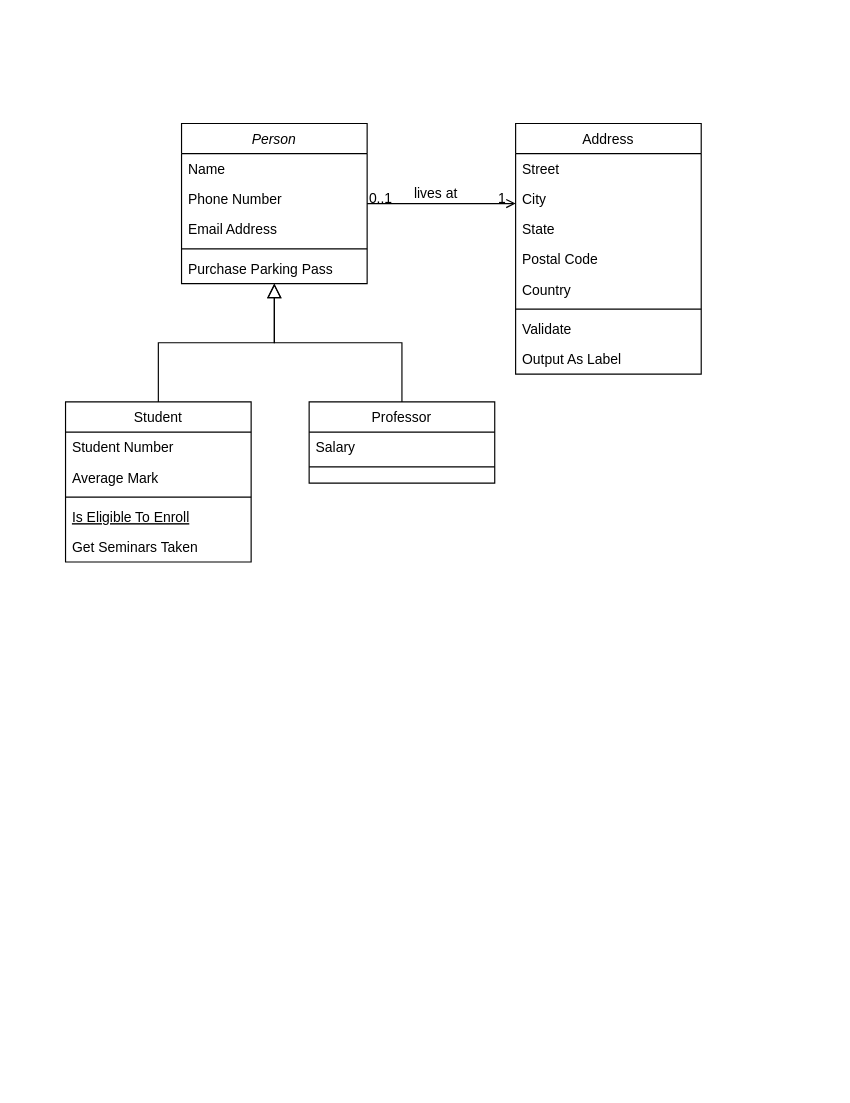
Earlier version of the draw.io diagram HSR UML.drawio (YourfriendTutu/HSR_Dmg_Calc). Source tidied: cells renumbered, new cells numbered last; positions are measured from the earlier drawing's top-left corner, leaving out a move shared by most shapes. Both pictures are drawn from the tidied source at 116%, with x=0, y=0 at pixel (65, 123).
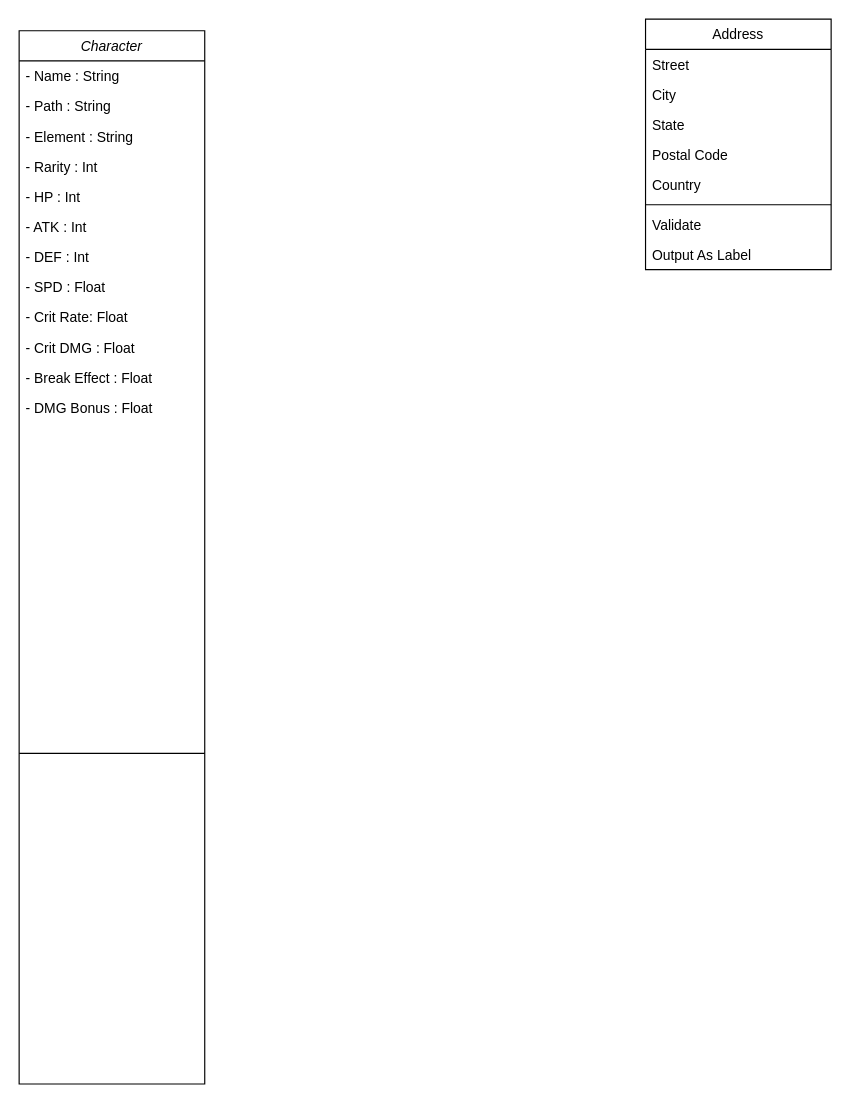
Above is the later version.

What changed in the source:
```diff
@@
-    <mxCell id="2" value="Person" style="swimlane;fontStyle=2;align=center;verticalAlign=top;horizontal=1;startSize=26;rounded=0;shadow=0;strokeWidth=1;" parent="1" vertex="1">
-      <mxGeometry x="100" width="160" height="138" as="geometry" />
+    <mxCell id="2" value="Character" style="swimlane;fontStyle=2;align=center;verticalAlign=top;horizontal=1;startSize=26;rounded=0;shadow=0;strokeWidth=1;" parent="1" vertex="1">
+      <mxGeometry x="-40" y="-80" width="160" height="908" as="geometry" />
     </mxCell>
-    <mxCell id="3" value="Name" style="text;align=left;verticalAlign=top;spacingLeft=4;spacingRight=4;overflow=hidden;" parent="2" vertex="1">
+    <mxCell id="3" value="- Name : String" style="text;align=left;verticalAlign=top;spacingLeft=4;spacingRight=4;overflow=hidden;" parent="2" vertex="1">
       <mxGeometry y="26" width="160" height="26" as="geometry" />
     </mxCell>
-    <mxCell id="4" value="Phone Number" style="text;align=left;verticalAlign=top;spacingLeft=4;spacingRight=4;overflow=hidden;rounded=0;shadow=0;html=0;" parent="2" vertex="1">
+    <mxCell id="4" value="- Path : String" style="text;align=left;verticalAlign=top;spacingLeft=4;spacingRight=4;overflow=hidden;rounded=0;shadow=0;html=0;" parent="2" vertex="1">
       <mxGeometry y="52" width="160" height="26" as="geometry" />
     </mxCell>
-    <mxCell id="5" value="Email Address" style="text;align=left;verticalAlign=top;spacingLeft=4;spacingRight=4;overflow=hidden;rounded=0;shadow=0;html=0;" parent="2" vertex="1">
+    <mxCell id="5" value="- Element : String" style="text;align=left;verticalAlign=top;spacingLeft=4;spacingRight=4;overflow=hidden;rounded=0;shadow=0;html=0;" parent="2" vertex="1">
       <mxGeometry y="78" width="160" height="26" as="geometry" />
     </mxCell>
+    <mxCell id="32" value="- Rarity : Int" style="text;align=left;verticalAlign=top;spacingLeft=4;spacingRight=4;overflow=hidden;rounded=0;shadow=0;html=0;" parent="2" vertex="1">
+      <mxGeometry y="104" width="160" height="26" as="geometry" />
+    </mxCell>
+    <mxCell id="33" value="- HP : Int" style="text;align=left;verticalAlign=top;spacingLeft=4;spacingRight=4;overflow=hidden;rounded=0;shadow=0;html=0;" parent="2" vertex="1">
+      <mxGeometry y="130" width="160" height="26" as="geometry" />
+    </mxCell>
+    <mxCell id="34" value="- ATK : Int" style="text;align=left;verticalAlign=top;spacingLeft=4;spacingRight=4;overflow=hidden;rounded=0;shadow=0;html=0;" parent="2" vertex="1">
+      <mxGeometry y="156" width="160" height="26" as="geometry" />
+    </mxCell>
+    <mxCell id="35" value="- DEF : Int" style="text;align=left;verticalAlign=top;spacingLeft=4;spacingRight=4;overflow=hidden;rounded=0;shadow=0;html=0;" parent="2" vertex="1">
+      <mxGeometry y="182" width="160" height="26" as="geometry" />
+    </mxCell>
+    <mxCell id="36" value="- SPD : Float" style="text;align=left;verticalAlign=top;spacingLeft=4;spacingRight=4;overflow=hidden;rounded=0;shadow=0;html=0;" parent="2" vertex="1">
+      <mxGeometry y="208" width="160" height="26" as="geometry" />
+    </mxCell>
+    <mxCell id="37" value="- Crit Rate: Float" style="text;align=left;verticalAlign=top;spacingLeft=4;spacingRight=4;overflow=hidden;rounded=0;shadow=0;html=0;" parent="2" vertex="1">
+      <mxGeometry y="234" width="160" height="26" as="geometry" />
+    </mxCell>
+    <mxCell id="38" value="- Crit DMG : Float" style="text;align=left;verticalAlign=top;spacingLeft=4;spacingRight=4;overflow=hidden;rounded=0;shadow=0;html=0;" parent="2" vertex="1">
+      <mxGeometry y="260" width="160" height="26" as="geometry" />
+    </mxCell>
+    <mxCell id="39" value="- Break Effect : Float" style="text;align=left;verticalAlign=top;spacingLeft=4;spacingRight=4;overflow=hidden;rounded=0;shadow=0;html=0;" parent="2" vertex="1">
+      <mxGeometry y="286" width="160" height="26" as="geometry" />
+    </mxCell>
+    <mxCell id="40" value="- DMG Bonus : Float" style="text;align=left;verticalAlign=top;spacingLeft=4;spacingRight=4;overflow=hidden;rounded=0;shadow=0;html=0;" parent="2" vertex="1">
+      <mxGeometry y="312" width="160" height="26" as="geometry" />
+    </mxCell>
     <mxCell id="6" style="line;html=1;strokeWidth=1;align=left;verticalAlign=middle;spacingTop=-1;spacingLeft=3;spacingRight=3;labelPosition=right;" parent="2" vertex="1">
-      <mxGeometry y="104" width="160" height="8" as="geometry" />
+      <mxGeometry y="338" width="160" height="570" as="geometry" />
     </mxCell>
-    <mxCell id="7" value="Purchase Parking Pass" style="text;align=left;verticalAlign=top;spacingLeft=4;spacingRight=4;overflow=hidden;" parent="2" vertex="1">
-      <mxGeometry y="112" width="160" height="26" as="geometry" />
-    </mxCell>
-    <mxCell id="8" value="Student" style="swimlane;fontStyle=0;align=center;verticalAlign=top;horizontal=1;startSize=26;rounded=0;shadow=0;strokeWidth=1;" parent="1" vertex="1">
-      <mxGeometry y="240" width="160" height="138" as="geometry" />
-    </mxCell>
-    <mxCell id="9" value="Student Number" style="text;align=left;verticalAlign=top;spacingLeft=4;spacingRight=4;overflow=hidden;" parent="8" vertex="1">
-      <mxGeometry y="26" width="160" height="26" as="geometry" />
-    </mxCell>
-    <mxCell id="10" value="Average Mark" style="text;align=left;verticalAlign=top;spacingLeft=4;spacingRight=4;overflow=hidden;rounded=0;shadow=0;html=0;" parent="8" vertex="1">
-      <mxGeometry y="52" width="160" height="26" as="geometry" />
-    </mxCell>
-    <mxCell id="11" style="line;html=1;strokeWidth=1;align=left;verticalAlign=middle;spacingTop=-1;spacingLeft=3;spacingRight=3;labelPosition=right;" parent="8" vertex="1">
-      <mxGeometry y="78" width="160" height="8" as="geometry" />
-    </mxCell>
-    <mxCell id="12" value="Is Eligible To Enroll" style="text;align=left;verticalAlign=top;spacingLeft=4;spacingRight=4;overflow=hidden;fontStyle=4;" parent="8" vertex="1">
-      <mxGeometry y="86" width="160" height="26" as="geometry" />
-    </mxCell>
-    <mxCell id="13" value="Get Seminars Taken" style="text;align=left;verticalAlign=top;spacingLeft=4;spacingRight=4;overflow=hidden;" parent="8" vertex="1">
-      <mxGeometry y="112" width="160" height="26" as="geometry" />
-    </mxCell>
-    <mxCell id="14" style="endArrow=block;endSize=10;endFill=0;shadow=0;strokeWidth=1;rounded=0;curved=0;edgeStyle=elbowEdgeStyle;elbow=vertical;" parent="1" edge="1" source="8" target="2">
-      <mxGeometry relative="1" as="geometry" />
-    </mxCell>
-    <mxCell id="15" value="Professor" style="swimlane;fontStyle=0;align=center;verticalAlign=top;horizontal=1;startSize=26;rounded=0;shadow=0;strokeWidth=1;" parent="1" vertex="1">
-      <mxGeometry x="210" y="240" width="160" height="70" as="geometry" />
-    </mxCell>
-    <mxCell id="16" value="Salary" style="text;align=left;verticalAlign=top;spacingLeft=4;spacingRight=4;overflow=hidden;" parent="15" vertex="1">
-      <mxGeometry y="26" width="160" height="26" as="geometry" />
-    </mxCell>
-    <mxCell id="17" style="line;html=1;strokeWidth=1;align=left;verticalAlign=middle;spacingTop=-1;spacingLeft=3;spacingRight=3;labelPosition=right;" parent="15" vertex="1">
-      <mxGeometry y="52" width="160" height="8" as="geometry" />
-    </mxCell>
-    <mxCell id="18" style="endArrow=block;endSize=10;endFill=0;shadow=0;strokeWidth=1;rounded=0;curved=0;edgeStyle=elbowEdgeStyle;elbow=vertical;" parent="1" edge="1" source="15" target="2">
-      <mxGeometry relative="1" as="geometry" />
-    </mxCell>
     <mxCell id="19" value="Address" style="swimlane;fontStyle=0;align=center;verticalAlign=top;horizontal=1;startSize=26;rounded=0;shadow=0;strokeWidth=1;" parent="1" vertex="1">
-      <mxGeometry x="388" width="160" height="216" as="geometry" />
+      <mxGeometry x="500" y="-90" width="160" height="216" as="geometry" />
     </mxCell>
@@
-    <mxCell id="28" style="endArrow=open;shadow=0;strokeWidth=1;rounded=0;curved=0;endFill=1;edgeStyle=elbowEdgeStyle;elbow=vertical;" parent="1" edge="1" source="2" target="19">
-      <mxGeometry x="0.5" y="41" relative="1" as="geometry">
-        <mxPoint x="-40" y="32" as="offset" />
-      </mxGeometry>
-    </mxCell>
-    <mxCell id="29" value="0..1" style="align=left;verticalAlign=bottom;labelBackgroundColor=none;fontSize=12;" parent="28" vertex="1">
-      <mxGeometry x="-1" relative="1" as="geometry">
-        <mxPoint y="4" as="offset" />
-      </mxGeometry>
-    </mxCell>
-    <mxCell id="30" value="1" style="align=right;verticalAlign=bottom;labelBackgroundColor=none;fontSize=12;" parent="28" vertex="1">
-      <mxGeometry x="1" relative="1" as="geometry">
-        <mxPoint x="-7" y="4" as="offset" />
-      </mxGeometry>
-    </mxCell>
-    <mxCell id="31" value="lives at" style="text;html=1;align=center;verticalAlign=middle;labelBackgroundColor=none;rounded=0;shadow=0;strokeWidth=1;fontSize=12;" parent="28" vertex="1">
-      <mxGeometry x="0.5" y="49" relative="1" as="geometry">
-        <mxPoint x="-38" y="40" as="offset" />
-      </mxGeometry>
-    </mxCell>
```
